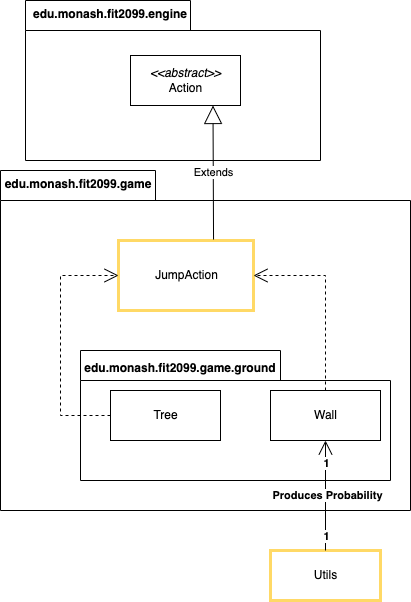
Earlier version of the draw.io export design-docs/REQ2_classdiagram.png (syedzubinhafiz/supermario). Source tidied: cells renumbered, new cells last; positions are measured from the earlier drawing's top-left corner, leaving out a move shared by most shapes. Its diagram source:
```xml
<mxGraphModel>
  <root>
    <mxCell id="0" />
    <mxCell id="1" parent="0" />
    <mxCell id="2" style="shape=folder;fontStyle=1;spacingTop=10;tabWidth=155;tabHeight=30;tabPosition=left;html=1;" parent="1" vertex="1">
      <mxGeometry y="170" width="410" height="340" as="geometry" />
    </mxCell>
    <mxCell id="3" value="JumpAction" style="html=1;strokeWidth=3;strokeColor=#FFD966;" parent="1" vertex="1">
      <mxGeometry x="118" y="240" width="135" height="70" as="geometry" />
    </mxCell>
    <mxCell id="4" style="shape=folder;fontStyle=1;spacingTop=10;tabWidth=165;tabHeight=30;tabPosition=left;html=1;" parent="1" vertex="1">
      <mxGeometry x="25" width="295" height="160" as="geometry" />
    </mxCell>
    <mxCell id="5" value="&lt;i&gt;&amp;lt;&amp;lt;abstract&amp;gt;&amp;gt;&lt;/i&gt;&lt;br&gt;Action" style="html=1;" parent="1" vertex="1">
      <mxGeometry x="130" y="55" width="110" height="50" as="geometry" />
    </mxCell>
    <mxCell id="6" value="edu.monash.fit2099.game" style="text;align=center;fontStyle=1;verticalAlign=middle;spacingLeft=3;spacingRight=3;strokeColor=none;" parent="1" vertex="1">
      <mxGeometry x="38" y="170" width="80" height="26" as="geometry" />
    </mxCell>
    <mxCell id="7" value="Extends" style="endArrow=block;endSize=16;endFill=0;html=1;rounded=0;entryX=0.75;entryY=1;entryDx=0;entryDy=0;exitX=0.704;exitY=-0.014;exitDx=0;exitDy=0;exitPerimeter=0;" parent="1" edge="1" source="3" target="5">
      <mxGeometry relative="1" as="geometry" />
    </mxCell>
    <mxCell id="8" value="edu.monash.fit2099.engine" style="text;align=center;fontStyle=1;verticalAlign=middle;spacingLeft=3;spacingRight=3;strokeColor=none;" parent="1" vertex="1">
      <mxGeometry x="70" width="80" height="26" as="geometry" />
    </mxCell>
    <mxCell id="9" value="Utils" style="html=1;strokeWidth=3;strokeColor=#FFD966;" parent="1" vertex="1">
      <mxGeometry x="270" y="550" width="110" height="50" as="geometry" />
    </mxCell>
    <mxCell id="10" style="shape=folder;fontStyle=1;spacingTop=10;tabWidth=200;tabHeight=30;tabPosition=left;html=1;strokeColor=#000000;strokeWidth=1;" parent="1" vertex="1">
      <mxGeometry x="80" y="350" width="310" height="130" as="geometry" />
    </mxCell>
    <mxCell id="11" value="Tree" style="html=1;strokeColor=#000000;strokeWidth=1;" parent="1" vertex="1">
      <mxGeometry x="110" y="390" width="110" height="50" as="geometry" />
    </mxCell>
    <mxCell id="12" value="Wall" style="html=1;strokeColor=#000000;strokeWidth=1;" parent="1" vertex="1">
      <mxGeometry x="270" y="390" width="110" height="50" as="geometry" />
    </mxCell>
    <mxCell id="13" style="endArrow=open;endSize=12;dashed=1;html=1;rounded=0;exitX=0;exitY=0.5;exitDx=0;exitDy=0;entryX=0;entryY=0.5;entryDx=0;entryDy=0;" parent="1" edge="1" source="11" target="3">
      <mxGeometry relative="1" as="geometry">
        <Array as="points">
          <mxPoint x="60" y="415" />
          <mxPoint x="60" y="275" />
        </Array>
      </mxGeometry>
    </mxCell>
    <mxCell id="14" style="endArrow=open;endSize=12;dashed=1;html=1;rounded=0;entryX=1;entryY=0.5;entryDx=0;entryDy=0;exitX=0.5;exitY=0;exitDx=0;exitDy=0;" parent="1" edge="1" source="12" target="3">
      <mxGeometry relative="1" as="geometry">
        <Array as="points">
          <mxPoint x="325" y="275" />
        </Array>
      </mxGeometry>
    </mxCell>
    <mxCell id="15" style="endArrow=open;endFill=1;endSize=12;html=1;rounded=0;exitX=0.5;exitY=0;exitDx=0;exitDy=0;entryX=0.5;entryY=1;entryDx=0;entryDy=0;" parent="1" edge="1" source="9" target="12">
      <mxGeometry relative="1" as="geometry" />
    </mxCell>
    <mxCell id="16" value="&lt;b&gt;1&lt;/b&gt;" style="edgeLabel;html=1;align=center;verticalAlign=middle;" parent="15" vertex="1">
      <mxGeometry x="-0.73" relative="1" as="geometry" />
    </mxCell>
    <mxCell id="17" value="&lt;b&gt;1&lt;/b&gt;" style="edgeLabel;html=1;align=center;verticalAlign=middle;" parent="15" vertex="1">
      <mxGeometry x="0.6" relative="1" as="geometry" />
    </mxCell>
    <mxCell id="18" value="&lt;b&gt;Produces Probability&lt;/b&gt;" style="edgeLabel;html=1;align=center;verticalAlign=middle;" parent="15" vertex="1">
      <mxGeometry x="0.02" y="-1" relative="1" as="geometry" />
    </mxCell>
    <mxCell id="19" value="edu.monash.fit2099.game.ground" style="text;align=center;fontStyle=1;verticalAlign=middle;spacingLeft=3;spacingRight=3;strokeColor=none;" parent="1" vertex="1">
      <mxGeometry x="140" y="354" width="80" height="26" as="geometry" />
    </mxCell>
  </root>
</mxGraphModel>
```
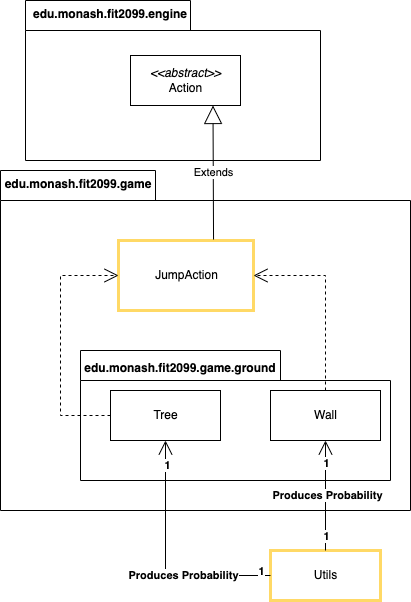
After the commit.

What changed in the source:
```diff
@@ -65,5 +65,25 @@
     <mxCell id="19" value="edu.monash.fit2099.game.ground" style="text;align=center;fontStyle=1;verticalAlign=middle;spacingLeft=3;spacingRight=3;strokeColor=none;" parent="1" vertex="1">
       <mxGeometry x="140" y="354" width="80" height="26" as="geometry" />
     </mxCell>
+    <mxCell id="20" style="endArrow=open;endFill=1;endSize=12;html=1;rounded=0;exitX=0;exitY=0.5;exitDx=0;exitDy=0;" parent="1" edge="1" source="9" target="11">
+      <mxGeometry relative="1" as="geometry">
+        <Array as="points">
+          <mxPoint x="165" y="575" />
+        </Array>
+      </mxGeometry>
+    </mxCell>
+    <mxCell id="21" value="&lt;b&gt;1&lt;/b&gt;" style="edgeLabel;html=1;align=center;verticalAlign=middle;" parent="20" vertex="1">
+      <mxGeometry x="-0.74" relative="1" as="geometry">
+        <mxPoint x="21" y="-5" as="offset" />
+      </mxGeometry>
+    </mxCell>
+    <mxCell id="22" value="&lt;b&gt;1&lt;/b&gt;" style="edgeLabel;html=1;align=center;verticalAlign=middle;" parent="20" vertex="1">
+      <mxGeometry x="0.8" y="-1" relative="1" as="geometry">
+        <mxPoint y="1" as="offset" />
+      </mxGeometry>
+    </mxCell>
+    <mxCell id="23" value="&lt;b&gt;Produces Probability&lt;/b&gt;" style="edgeLabel;html=1;align=center;verticalAlign=middle;" parent="20" vertex="1">
+      <mxGeometry x="-0.27" y="-1" relative="1" as="geometry" />
+    </mxCell>
   </root>
 </mxGraphModel>
```
